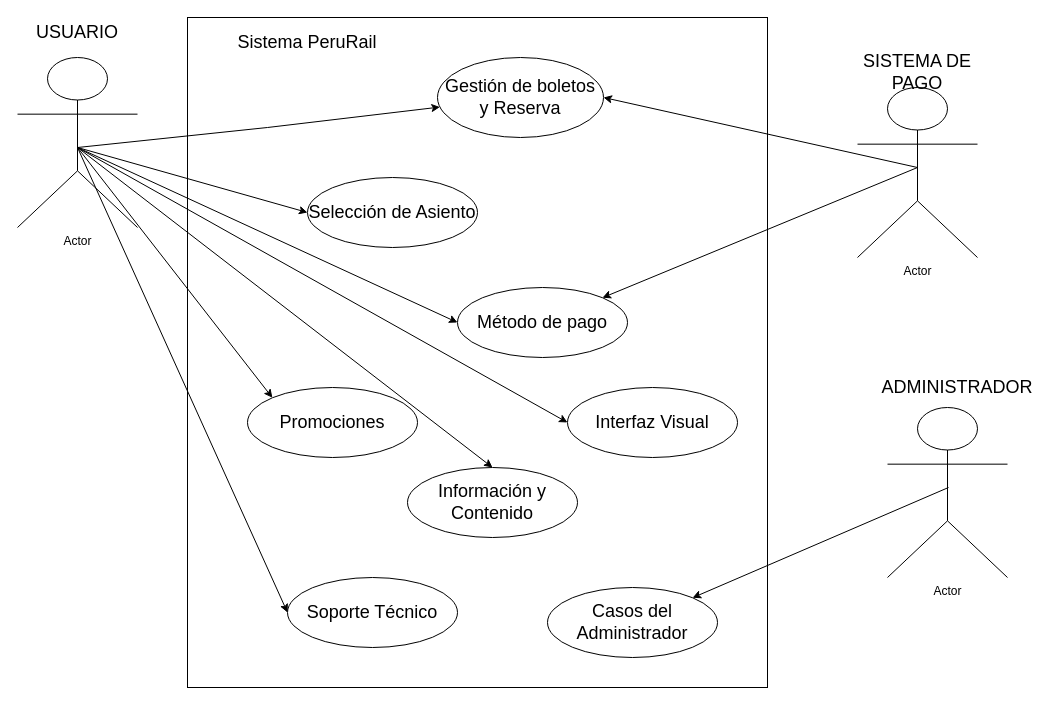
This is Diagrama_de_usos.drawio from davidev-m/peruRail, a draw.io file, before an edit. Source tidied: cells renumbered, new cells numbered last; positions are measured from the earlier drawing's top-left corner, leaving out a move shared by most shapes. Both pictures are drawn from the tidied source at 100%, with x=0, y=0 at pixel (17, 17).
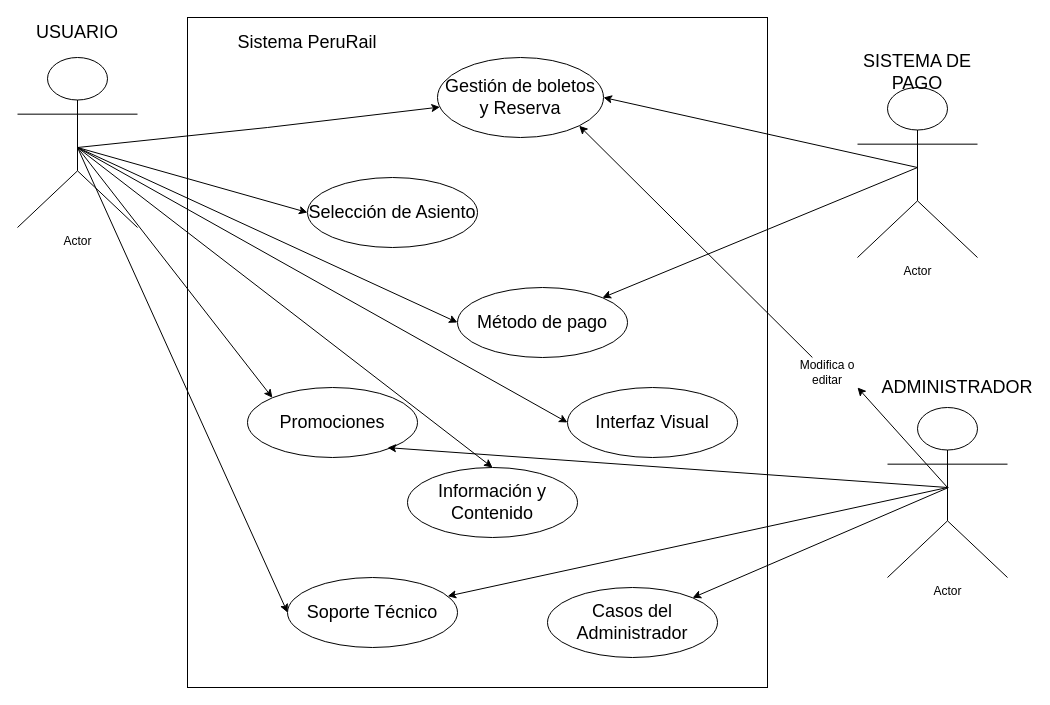
Above is the later version.

Commit message:
diagrama_modificado_2

The change refers to these unchanged cells:
```xml
<mxCell id="2" style="rounded=0;whiteSpace=wrap;html=1;" parent="1" vertex="1">
  <mxGeometry x="170" width="580" height="670" as="geometry" />
</mxCell>
<mxCell id="3" value="&lt;font style=&quot;font-size: 18px;&quot;&gt;Gestión de boletos y Reserva&lt;/font&gt;" style="ellipse;whiteSpace=wrap;html=1;" parent="1" vertex="1">
  <mxGeometry x="420" y="40" width="166" height="80" as="geometry" />
</mxCell>
<mxCell id="8" value="&lt;font style=&quot;font-size: 18px;&quot;&gt;Soporte Técnico&lt;/font&gt;" style="ellipse;whiteSpace=wrap;html=1;" parent="1" vertex="1">
  <mxGeometry x="270" y="560" width="170" height="70" as="geometry" />
</mxCell>
```

Change to the diagram source:
```diff
@@
+    <mxCell id="28" style="endArrow=classic;html=1;rounded=0;entryX=1;entryY=1;entryDx=0;entryDy=0;" parent="1" edge="1" source="30" target="3">
+      <mxGeometry relative="1" as="geometry" />
+    </mxCell>
+    <mxCell id="29" style="endArrow=classic;html=1;rounded=0;entryX=1;entryY=1;entryDx=0;entryDy=0;" parent="1" edge="1" target="30">
+      <mxGeometry relative="1" as="geometry">
+        <mxPoint x="930" y="470" as="sourcePoint" />
+      </mxGeometry>
+    </mxCell>
+    <mxCell id="30" value="Modifica o editar" style="text;html=1;align=center;verticalAlign=middle;whiteSpace=wrap;rounded=0;" parent="1" vertex="1">
+      <mxGeometry x="780" y="340" width="60" height="30" as="geometry" />
+    </mxCell>
+    <mxCell id="31" style="endArrow=classic;html=1;rounded=0;" parent="1" edge="1" target="8">
+      <mxGeometry relative="1" as="geometry">
+        <mxPoint x="930" y="470" as="sourcePoint" />
+      </mxGeometry>
+    </mxCell>
+    <mxCell id="32" style="endArrow=classic;html=1;rounded=0;entryX=0.345;entryY=0.642;entryDx=0;entryDy=0;entryPerimeter=0;" parent="1" edge="1" target="2">
+      <mxGeometry relative="1" as="geometry">
+        <mxPoint x="930" y="470" as="sourcePoint" />
+      </mxGeometry>
+    </mxCell>
```
